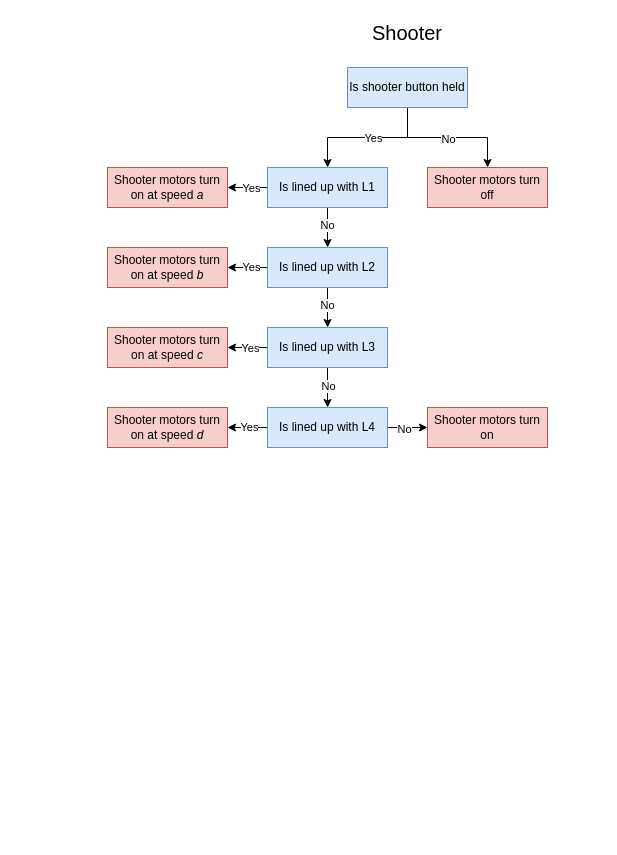
Trex4935/2025 keeps this draw.io diagram as docs/Flowcharts/Shooter Diagram.drawio.xml. Above is the earlier version. Source tidied: cells renumbered, new cells numbered last; positions are measured from the earlier drawing's top-left corner, leaving out a move shared by most shapes. Both pictures are drawn from the tidied source at 100%, with x=0, y=0 at pixel (107, 17).
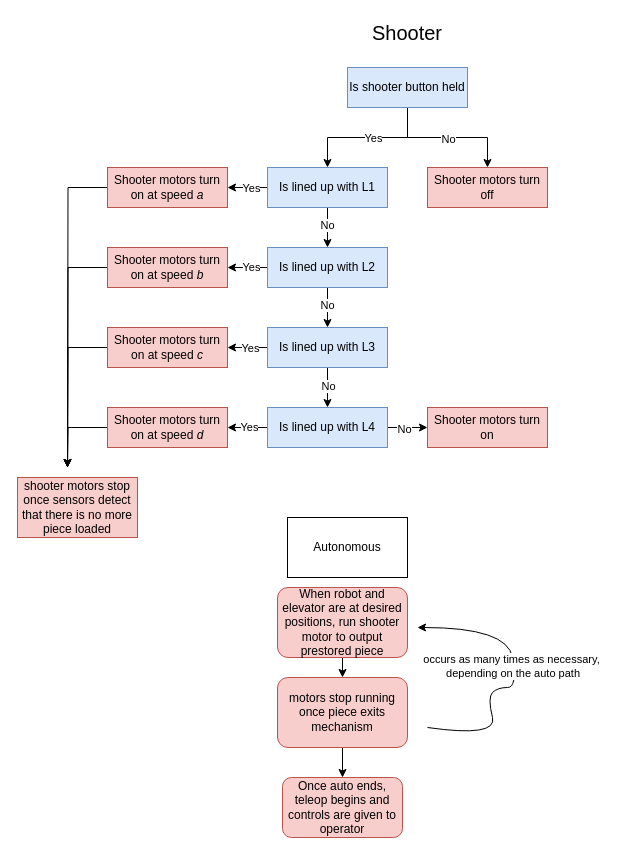
The same diagram, later.

Commit message (it also covers changes not shown here):
simplified the flowcharts for life cycle and added details for elevator, intake, shooter

The change refers to these unchanged cells:
```xml
<mxCell id="30" value="Shooter motors turn on at speed &lt;i&gt;a&lt;/i&gt;" style="rounded=0;whiteSpace=wrap;html=1;fillColor=#f8cecc;strokeColor=#b85450;" parent="1" vertex="1">
  <mxGeometry y="150" width="120" height="40" as="geometry" />
</mxCell>
<mxCell id="31" value="Shooter motors turn on at speed &lt;i&gt;b&lt;/i&gt;" style="rounded=0;whiteSpace=wrap;html=1;fillColor=#f8cecc;strokeColor=#b85450;" parent="1" vertex="1">
  <mxGeometry y="230" width="120" height="40" as="geometry" />
</mxCell>
<mxCell id="32" value="Shooter motors turn on at speed &lt;i&gt;c&lt;/i&gt;" style="rounded=0;whiteSpace=wrap;html=1;fillColor=#f8cecc;strokeColor=#b85450;" parent="1" vertex="1">
  <mxGeometry y="310" width="120" height="40" as="geometry" />
</mxCell>
<mxCell id="33" value="Shooter motors turn on at speed &lt;i&gt;d&lt;/i&gt;" style="rounded=0;whiteSpace=wrap;html=1;fillColor=#f8cecc;strokeColor=#b85450;" parent="1" vertex="1">
  <mxGeometry y="390" width="120" height="40" as="geometry" />
</mxCell>
```

The edit, as a diff of the source:
```diff
@@
+    <mxCell id="34" style="edgeStyle=orthogonalEdgeStyle;rounded=0;jettySize=auto;html=1;exitX=0;exitY=0.5;exitDx=0;exitDy=0;" parent="1" edge="1" source="30">
+      <mxGeometry relative="1" as="geometry">
+        <mxPoint x="-40" y="450" as="targetPoint" />
+      </mxGeometry>
+    </mxCell>
@@
+    <mxCell id="35" style="edgeStyle=orthogonalEdgeStyle;rounded=0;jettySize=auto;html=1;exitX=0;exitY=0.5;exitDx=0;exitDy=0;" parent="1" edge="1" source="31">
+      <mxGeometry relative="1" as="geometry">
+        <mxPoint x="-40" y="450" as="targetPoint" />
+      </mxGeometry>
+    </mxCell>
@@
+    <mxCell id="36" style="edgeStyle=orthogonalEdgeStyle;rounded=0;jettySize=auto;html=1;exitX=0;exitY=0.5;exitDx=0;exitDy=0;" parent="1" edge="1" source="32">
+      <mxGeometry relative="1" as="geometry">
+        <mxPoint x="-40" y="450" as="targetPoint" />
+      </mxGeometry>
+    </mxCell>
@@
+    <mxCell id="37" style="edgeStyle=orthogonalEdgeStyle;rounded=0;jettySize=auto;html=1;exitX=0;exitY=0.5;exitDx=0;exitDy=0;" parent="1" edge="1" source="33">
+      <mxGeometry relative="1" as="geometry">
+        <mxPoint x="-40" y="450" as="targetPoint" />
+      </mxGeometry>
+    </mxCell>
@@
+    <mxCell id="38" value="Autonomous" style="rounded=0;whiteSpace=wrap;html=1;" parent="1" vertex="1">
+      <mxGeometry x="180" y="500" width="120" height="60" as="geometry" />
+    </mxCell>
+    <mxCell id="39" style="edgeStyle=orthogonalEdgeStyle;rounded=0;jettySize=auto;html=1;exitX=0.5;exitY=1;exitDx=0;exitDy=0;entryX=0.5;entryY=0;entryDx=0;entryDy=0;" parent="1" edge="1" source="40" target="42">
+      <mxGeometry relative="1" as="geometry" />
+    </mxCell>
+    <mxCell id="40" value="When robot and elevator are at desired positions, run shooter motor to output prestored piece" style="rounded=1;whiteSpace=wrap;html=1;fillColor=#f8cecc;strokeColor=#b85450;" parent="1" vertex="1">
+      <mxGeometry x="170" y="570" width="130" height="70" as="geometry" />
+    </mxCell>
+    <mxCell id="41" style="edgeStyle=orthogonalEdgeStyle;rounded=0;jettySize=auto;html=1;exitX=0.5;exitY=1;exitDx=0;exitDy=0;entryX=0.5;entryY=0;entryDx=0;entryDy=0;" parent="1" edge="1" source="42" target="45">
+      <mxGeometry relative="1" as="geometry" />
+    </mxCell>
+    <mxCell id="42" value="motors stop running once piece exits mechanism" style="rounded=1;whiteSpace=wrap;html=1;fillColor=#f8cecc;strokeColor=#b85450;" parent="1" vertex="1">
+      <mxGeometry x="170" y="660" width="130" height="70" as="geometry" />
+    </mxCell>
+    <mxCell id="43" style="curved=1;endArrow=classic;html=1;rounded=0;" parent="1" edge="1">
+      <mxGeometry relative="1" as="geometry">
+        <mxPoint x="320" y="710" as="sourcePoint" />
+        <mxPoint x="310" y="610" as="targetPoint" />
+        <Array as="points">
+          <mxPoint x="390" y="720" />
+          <mxPoint x="380" y="680" />
+          <mxPoint x="390" y="670" />
+          <mxPoint x="410" y="670" />
+          <mxPoint x="400" y="610" />
+        </Array>
+      </mxGeometry>
+    </mxCell>
+    <mxCell id="44" value="occurs as many times as necessary,&lt;div&gt;&amp;nbsp;depending on the auto path&lt;/div&gt;" style="edgeLabel;html=1;align=center;verticalAlign=middle;" parent="43" vertex="1">
+      <mxGeometry x="0.13" y="3" relative="1" as="geometry" />
+    </mxCell>
+    <mxCell id="45" value="Once auto ends, teleop begins and controls are given to operator" style="rounded=1;whiteSpace=wrap;html=1;fillColor=#f8cecc;strokeColor=#b85450;" parent="1" vertex="1">
+      <mxGeometry x="175" y="760" width="120" height="60" as="geometry" />
+    </mxCell>
+    <mxCell id="46" value="shooter motors stop once sensors detect that there is no more piece loaded" style="rounded=0;whiteSpace=wrap;html=1;fillColor=#f8cecc;strokeColor=#b85450;" parent="1" vertex="1">
+      <mxGeometry x="-90" y="460" width="120" height="60" as="geometry" />
+    </mxCell>
```
